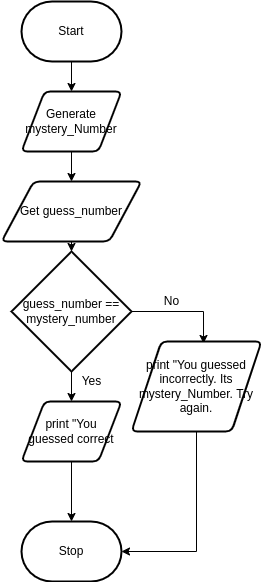
Earlier version of the draw.io export Flowchart.png (Peter-Gemmell/ICS3U-Unit3-03-Python). Source tidied: cells renumbered, new cells last; positions are measured from the earlier drawing's top-left corner, leaving out a move shared by most shapes.
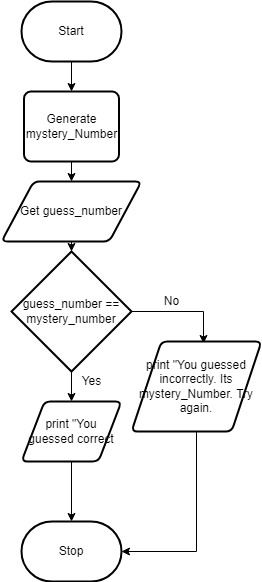
Above is the later version.

Diff of the diagram source:
```diff
@@ -2,7 +2,7 @@
   <root>
     <mxCell id="0" />
     <mxCell id="1" parent="0" />
-    <mxCell id="2" style="edgeStyle=none;html=1;" parent="1" edge="1" source="3" target="16">
+    <mxCell id="2" style="edgeStyle=none;html=1;entryX=0.5;entryY=0;entryDx=0;entryDy=0;" parent="1" edge="1" source="3" target="16">
       <mxGeometry relative="1" as="geometry" />
     </mxCell>
     <mxCell id="3" value="Start" style="strokeWidth=2;html=1;shape=mxgraph.flowchart.terminator;whiteSpace=wrap;" parent="1" vertex="1">
@@ -49,14 +49,14 @@
     <mxCell id="14" value="print &quot;You guessed incorrectly. Its mystery_Number. Try again." style="shape=parallelogram;html=1;strokeWidth=2;perimeter=parallelogramPerimeter;whiteSpace=wrap;rounded=1;arcSize=12;size=0.23;" parent="1" vertex="1">
       <mxGeometry x="130" y="340" width="130" height="90" as="geometry" />
     </mxCell>
-    <mxCell id="15" style="edgeStyle=none;html=1;" parent="1" edge="1" source="16" target="5">
+    <mxCell id="15" style="edgeStyle=none;html=1;exitX=0.5;exitY=1;exitDx=0;exitDy=0;" parent="1" edge="1" source="16" target="5">
       <mxGeometry relative="1" as="geometry" />
     </mxCell>
+    <mxCell id="17" value="No&lt;br&gt;" style="text;html=1;align=center;verticalAlign=middle;strokeColor=none;fillColor=none;" parent="1" vertex="1">
+      <mxGeometry x="155" y="290" width="30" height="20" as="geometry" />
+    </mxCell>
-    <mxCell id="16" value="Generate mystery_Number" style="shape=parallelogram;html=1;strokeWidth=2;perimeter=parallelogramPerimeter;whiteSpace=wrap;rounded=1;arcSize=12;size=0.23;" parent="1" vertex="1">
-      <mxGeometry x="20" y="90" width="100" height="60" as="geometry" />
+    <mxCell id="16" value="&lt;span&gt;Generate mystery_Number&lt;/span&gt;" style="rounded=1;whiteSpace=wrap;html=1;absoluteArcSize=1;arcSize=14;strokeWidth=2;" parent="1" vertex="1">
+      <mxGeometry x="22.5" y="90" width="95" height="70" as="geometry" />
     </mxCell>
-    <mxCell id="17" value="No&lt;br&gt;" style="text;html=1;align=center;verticalAlign=middle;strokeColor=none;fillColor=none;" parent="1" vertex="1">
-      <mxGeometry x="155" y="290" width="30" height="20" as="geometry" />
-    </mxCell>
   </root>
 </mxGraphModel>
```
